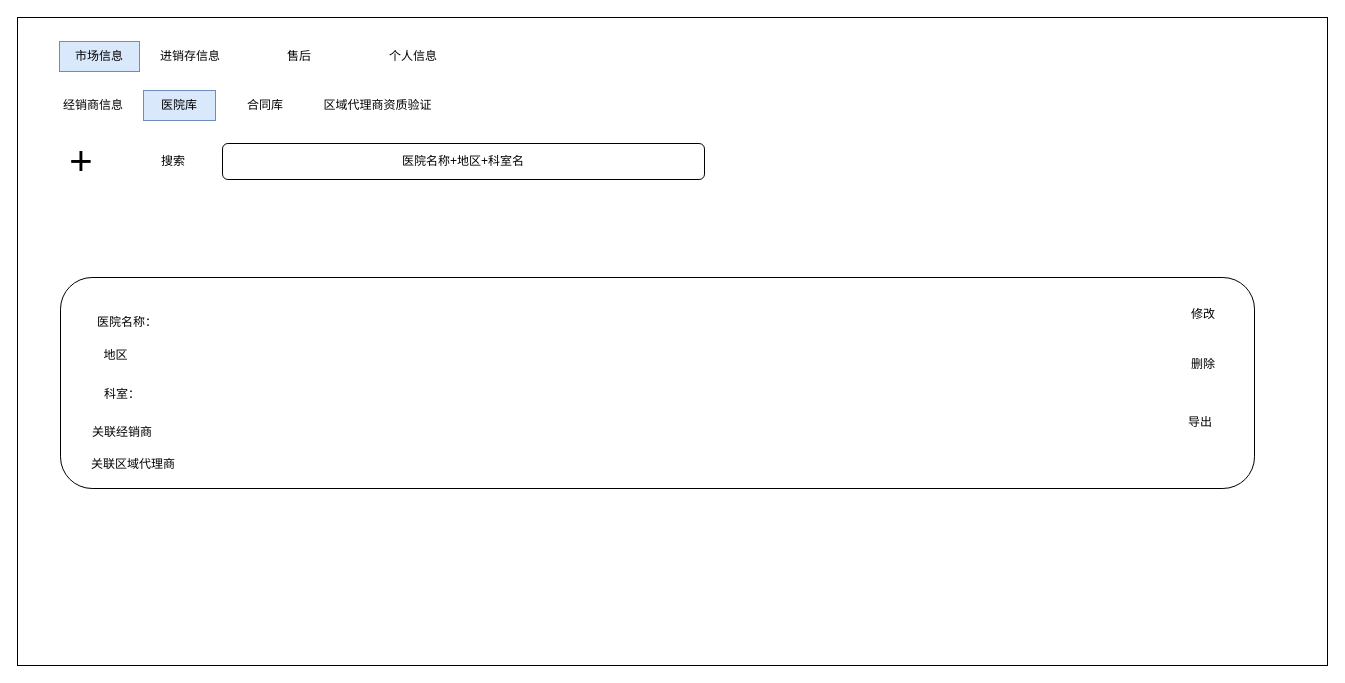
cangwang/news keeps this draw.io diagram as page "医院库" (2 of 6) of 泰加市场.drawio. Above is the earlier version. Source tidied: cells renumbered, new cells numbered last; positions are measured from the earlier drawing's top-left corner, leaving out a move shared by most shapes. Both pictures are drawn from the tidied source at 100%, with x=0, y=0 at pixel (17, 17).
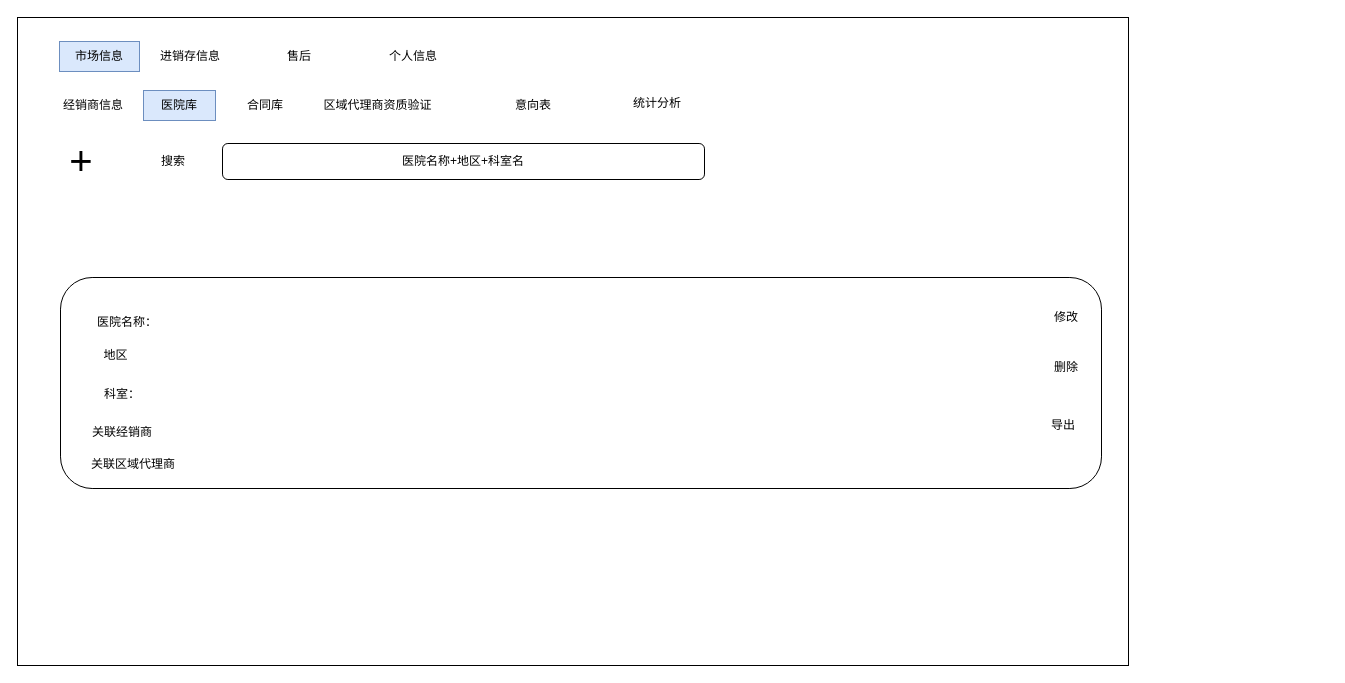
The same diagram, later.

What changed in the source:
```diff
@@
     <mxCell id="2" style="rounded=0;whiteSpace=wrap;html=1;" parent="1" vertex="1">
-      <mxGeometry width="1310" height="648" as="geometry" />
+      <mxGeometry width="1111" height="648" as="geometry" />
     </mxCell>
@@
     <mxCell id="8" style="rounded=1;whiteSpace=wrap;html=1;fontSize=12;" parent="1" vertex="1">
-      <mxGeometry x="43" y="260" width="1194" height="211" as="geometry" />
+      <mxGeometry x="43" y="260" width="1041" height="211" as="geometry" />
     </mxCell>
@@
     <mxCell id="11" value="修改" style="text;html=1;strokeColor=none;fillColor=none;align=center;verticalAlign=middle;whiteSpace=wrap;rounded=0;fontSize=12;" parent="1" vertex="1">
-      <mxGeometry x="1156" y="282" width="60" height="30" as="geometry" />
+      <mxGeometry x="1019" y="285" width="60" height="30" as="geometry" />
     </mxCell>
     <mxCell id="12" value="删除" style="text;html=1;strokeColor=none;fillColor=none;align=center;verticalAlign=middle;whiteSpace=wrap;rounded=0;fontSize=12;" parent="1" vertex="1">
-      <mxGeometry x="1156" y="332" width="60" height="30" as="geometry" />
+      <mxGeometry x="1019" y="335" width="60" height="30" as="geometry" />
     </mxCell>
@@
     <mxCell id="16" value="导出" style="text;html=1;strokeColor=none;fillColor=none;align=center;verticalAlign=middle;whiteSpace=wrap;rounded=0;fontSize=12;" parent="1" vertex="1">
-      <mxGeometry x="1153" y="390" width="60" height="30" as="geometry" />
+      <mxGeometry x="1016" y="393" width="60" height="30" as="geometry" />
     </mxCell>
@@
+    <mxCell id="23" value="意向表" style="text;html=1;align=center;verticalAlign=middle;whiteSpace=wrap;rounded=0;" parent="1" vertex="1">
+      <mxGeometry x="476" y="73" width="80" height="30" as="geometry" />
+    </mxCell>
+    <mxCell id="24" value="统计分析" style="text;html=1;align=center;verticalAlign=middle;whiteSpace=wrap;rounded=0;" parent="1" vertex="1">
+      <mxGeometry x="600" y="71" width="80" height="30" as="geometry" />
+    </mxCell>
```
